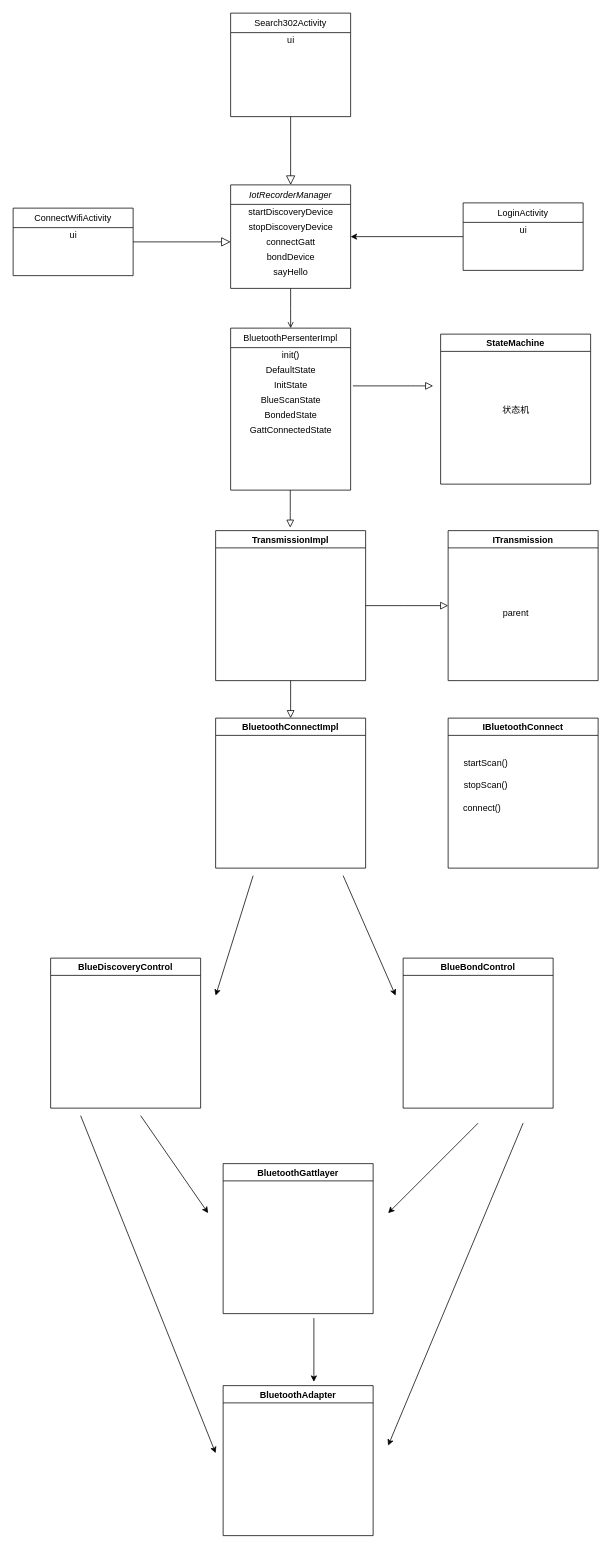
Before: SR302101S类图.drawio in luomingstar/test, a draw.io diagram. Source tidied: cells renumbered, new cells numbered last; positions are measured from the earlier drawing's top-left corner, leaving out a move shared by most shapes. Both pictures are drawn from the tidied source at 75%, with x=0, y=0 at pixel (13, 13).
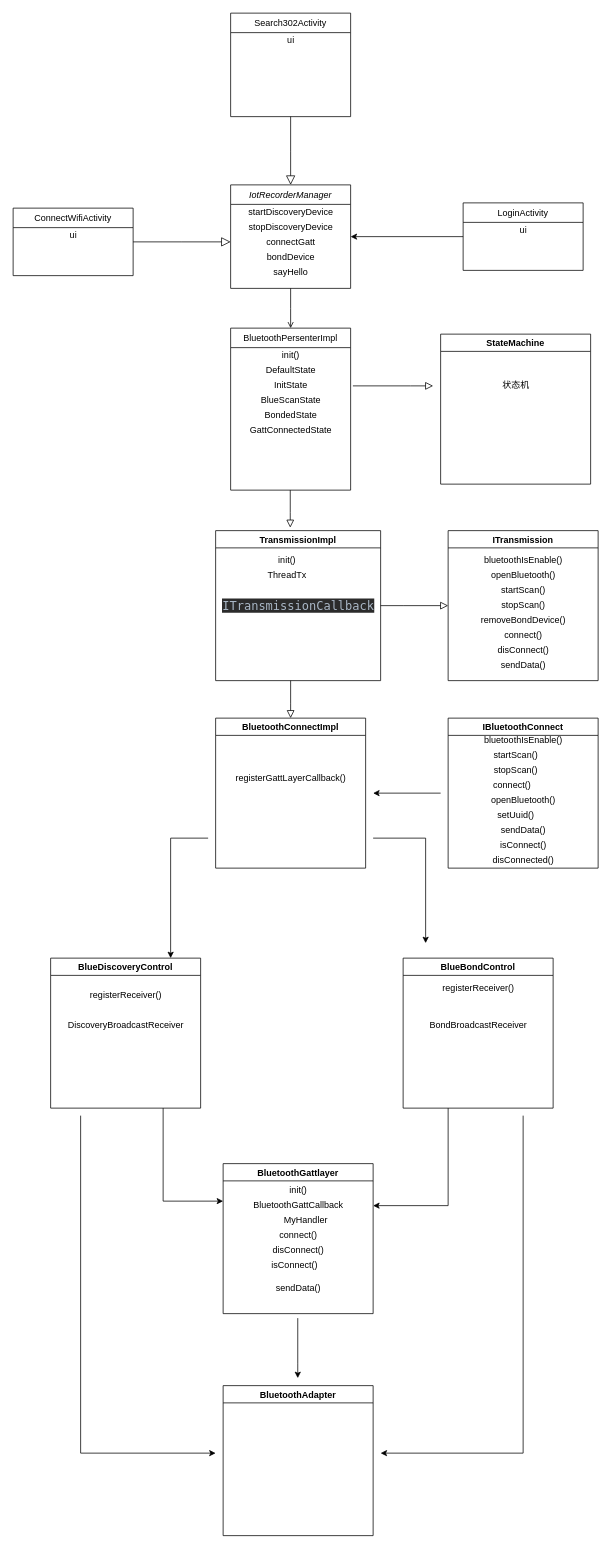
The same page after the edit.

Unchanged cells that the change refers to:
```xml
<mxCell id="25" value="StateMachine" style="swimlane;" parent="1" vertex="1">
  <mxGeometry x="570" y="428" width="200" height="200" as="geometry" />
</mxCell>
<mxCell id="31" value="BluetoothConnectImpl" style="swimlane;" parent="1" vertex="1">
  <mxGeometry x="270" y="940" width="200" height="200" as="geometry" />
</mxCell>
<mxCell id="32" value="IBluetoothConnect" style="swimlane;startSize=23;" parent="1" vertex="1">
  <mxGeometry x="580" y="940" width="200" height="200" as="geometry" />
</mxCell>
<mxCell id="35" value="BlueDiscoveryControl" style="swimlane;startSize=23;" parent="1" vertex="1">
  <mxGeometry x="50" y="1260" width="200" height="200" as="geometry" />
</mxCell>
<mxCell id="36" value="BlueBondControl" style="swimlane;" parent="1" vertex="1">
  <mxGeometry x="520" y="1260" width="200" height="200" as="geometry" />
</mxCell>
<mxCell id="37" value="BluetoothGattlayer" style="swimlane;" parent="1" vertex="1">
  <mxGeometry x="280" y="1534" width="200" height="200" as="geometry" />
</mxCell>
<mxCell id="38" value="BluetoothAdapter" style="swimlane;" parent="1" vertex="1">
  <mxGeometry x="280" y="1830" width="200" height="200" as="geometry" />
</mxCell>
```

Change to the diagram source:
```diff
@@
+    <mxCell id="49" value="状态机" style="text;html=1;align=center;verticalAlign=middle;strokeColor=none;fillColor=none;fontSize=12;fontFamily=Helvetica;fontColor=#000000;" parent="25" vertex="1">
+      <mxGeometry x="75" y="58" width="50" height="20" as="geometry" />
+    </mxCell>
@@
     <mxCell id="27" value="TransmissionImpl" style="swimlane;" parent="1" vertex="1">
-      <mxGeometry x="270" y="690" width="200" height="200" as="geometry" />
+      <mxGeometry x="270" y="690" width="220" height="200" as="geometry" />
     </mxCell>
+    <mxCell id="50" value="init()" style="text;html=1;align=center;verticalAlign=middle;strokeColor=none;fillColor=none;fontSize=12;fontFamily=Helvetica;fontColor=#000000;" parent="27" vertex="1">
+      <mxGeometry x="75" y="30" width="40" height="20" as="geometry" />
+    </mxCell>
+    <mxCell id="51" value="ThreadTx" style="text;html=1;align=center;verticalAlign=middle;strokeColor=none;fillColor=none;fontSize=12;fontFamily=Helvetica;fontColor=#000000;" parent="27" vertex="1">
+      <mxGeometry x="60" y="50" width="70" height="20" as="geometry" />
+    </mxCell>
+    <mxCell id="52" value="&lt;pre style=&quot;background-color: #2b2b2b ; color: #a9b7c6 ; font-family: &amp;#34;dejavu sans mono&amp;#34; , monospace ; font-size: 12.0pt&quot;&gt;ITransmissionCallback&lt;/pre&gt;" style="text;html=1;align=center;verticalAlign=middle;strokeColor=none;fillColor=none;fontSize=12;fontFamily=Helvetica;fontColor=#000000;" parent="27" vertex="1">
+      <mxGeometry y="75" width="220" height="50" as="geometry" />
+    </mxCell>
@@
-    <mxCell id="29" value="ITransmission" style="swimlane;" parent="1" vertex="1">
+    <mxCell id="29" value="ITransmission" style="swimlane;align=center;" parent="1" vertex="1">
       <mxGeometry x="580" y="690" width="200" height="200" as="geometry" />
     </mxCell>
+    <mxCell id="53" value="bluetoothIsEnable()" style="text;html=1;align=center;verticalAlign=middle;strokeColor=none;fillColor=none;fontSize=12;fontFamily=Helvetica;fontColor=#000000;" parent="29" vertex="1">
+      <mxGeometry x="35" y="30" width="130" height="20" as="geometry" />
+    </mxCell>
+    <mxCell id="54" value="openBluetooth()" style="text;html=1;align=center;verticalAlign=middle;strokeColor=none;fillColor=none;fontSize=12;fontFamily=Helvetica;fontColor=#000000;" parent="29" vertex="1">
+      <mxGeometry x="45" y="50" width="110" height="20" as="geometry" />
+    </mxCell>
+    <mxCell id="55" value="startScan()" style="text;html=1;align=center;verticalAlign=middle;strokeColor=none;fillColor=none;fontSize=12;fontFamily=Helvetica;fontColor=#000000;" parent="29" vertex="1">
+      <mxGeometry x="60" y="70" width="80" height="20" as="geometry" />
+    </mxCell>
+    <mxCell id="56" value="stopScan()" style="text;html=1;align=center;verticalAlign=middle;strokeColor=none;fillColor=none;fontSize=12;fontFamily=Helvetica;fontColor=#000000;" parent="29" vertex="1">
+      <mxGeometry x="60" y="90" width="80" height="20" as="geometry" />
+    </mxCell>
+    <mxCell id="57" value="removeBondDevice()" style="text;html=1;align=center;verticalAlign=middle;strokeColor=none;fillColor=none;fontSize=12;fontFamily=Helvetica;fontColor=#000000;" parent="29" vertex="1">
+      <mxGeometry x="35" y="110" width="130" height="20" as="geometry" />
+    </mxCell>
+    <mxCell id="58" value="connect()" style="text;html=1;align=center;verticalAlign=middle;strokeColor=none;fillColor=none;fontSize=12;fontFamily=Helvetica;fontColor=#000000;" parent="29" vertex="1">
+      <mxGeometry x="65" y="130" width="70" height="20" as="geometry" />
+    </mxCell>
+    <mxCell id="59" value="disConnect()" style="text;html=1;align=center;verticalAlign=middle;strokeColor=none;fillColor=none;fontSize=12;fontFamily=Helvetica;fontColor=#000000;" parent="29" vertex="1">
+      <mxGeometry x="55" y="150" width="90" height="20" as="geometry" />
+    </mxCell>
+    <mxCell id="60" value="sendData()" style="text;html=1;align=center;verticalAlign=middle;strokeColor=none;fillColor=none;fontSize=12;fontFamily=Helvetica;fontColor=#000000;" parent="29" vertex="1">
+      <mxGeometry x="60" y="170" width="80" height="20" as="geometry" />
+    </mxCell>
@@
+    <mxCell id="61" value="registerGattLayerCallback()" style="text;html=1;align=center;verticalAlign=middle;strokeColor=none;fillColor=none;fontSize=12;fontFamily=Helvetica;fontColor=#000000;" parent="31" vertex="1">
+      <mxGeometry x="15" y="70" width="170" height="20" as="geometry" />
+    </mxCell>
@@
     <mxCell id="33" value="connect()" style="text;html=1;align=center;verticalAlign=middle;strokeColor=none;fillColor=none;" parent="32" vertex="1">
-      <mxGeometry x="10" y="110" width="70" height="20" as="geometry" />
+      <mxGeometry x="50" y="80" width="70" height="20" as="geometry" />
     </mxCell>
     <mxCell id="34" value="startScan()" style="text;html=1;align=center;verticalAlign=middle;strokeColor=none;fillColor=none;" parent="32" vertex="1">
-      <mxGeometry x="10" y="50" width="80" height="20" as="geometry" />
+      <mxGeometry x="50" y="40" width="80" height="20" as="geometry" />
     </mxCell>
+    <mxCell id="62" value="bluetoothIsEnable()" style="text;html=1;align=center;verticalAlign=middle;strokeColor=none;fillColor=none;fontSize=12;fontFamily=Helvetica;fontColor=#000000;" parent="32" vertex="1">
+      <mxGeometry x="35" y="20" width="130" height="20" as="geometry" />
+    </mxCell>
+    <mxCell id="47" value="stopScan()" style="text;html=1;align=center;verticalAlign=middle;strokeColor=none;fillColor=none;" parent="32" vertex="1">
+      <mxGeometry x="50" y="60" width="80" height="20" as="geometry" />
+    </mxCell>
+    <mxCell id="63" value="openBluetooth()" style="text;html=1;align=center;verticalAlign=middle;strokeColor=none;fillColor=none;fontSize=12;fontFamily=Helvetica;fontColor=#000000;" parent="32" vertex="1">
+      <mxGeometry x="45" y="100" width="110" height="20" as="geometry" />
+    </mxCell>
+    <mxCell id="64" value="setUuid()" style="text;html=1;align=center;verticalAlign=middle;strokeColor=none;fillColor=none;fontSize=12;fontFamily=Helvetica;fontColor=#000000;" parent="32" vertex="1">
+      <mxGeometry x="55" y="120" width="70" height="20" as="geometry" />
+    </mxCell>
+    <mxCell id="65" value="sendData()" style="text;html=1;align=center;verticalAlign=middle;strokeColor=none;fillColor=none;fontSize=12;fontFamily=Helvetica;fontColor=#000000;" parent="32" vertex="1">
+      <mxGeometry x="60" y="140" width="80" height="20" as="geometry" />
+    </mxCell>
+    <mxCell id="66" value="isConnect()" style="text;html=1;align=center;verticalAlign=middle;strokeColor=none;fillColor=none;fontSize=12;fontFamily=Helvetica;fontColor=#000000;" parent="32" vertex="1">
+      <mxGeometry x="60" y="160" width="80" height="20" as="geometry" />
+    </mxCell>
+    <mxCell id="67" value="disConnected()" style="text;html=1;align=center;verticalAlign=middle;strokeColor=none;fillColor=none;fontSize=12;fontFamily=Helvetica;fontColor=#000000;" parent="32" vertex="1">
+      <mxGeometry x="50" y="180" width="100" height="20" as="geometry" />
+    </mxCell>
@@
+    <mxCell id="68" value="registerReceiver()" style="text;html=1;align=center;verticalAlign=middle;strokeColor=none;fillColor=none;fontSize=12;fontFamily=Helvetica;fontColor=#000000;" parent="35" vertex="1">
+      <mxGeometry x="45" y="40" width="110" height="20" as="geometry" />
+    </mxCell>
+    <mxCell id="69" value="DiscoveryBroadcastReceiver" style="text;html=1;align=center;verticalAlign=middle;strokeColor=none;fillColor=none;fontSize=12;fontFamily=Helvetica;fontColor=#000000;" parent="35" vertex="1">
+      <mxGeometry x="15" y="80" width="170" height="20" as="geometry" />
+    </mxCell>
@@
+    <mxCell id="70" value="registerReceiver()" style="text;html=1;align=center;verticalAlign=middle;strokeColor=none;fillColor=none;fontSize=12;fontFamily=Helvetica;fontColor=#000000;" parent="36" vertex="1">
+      <mxGeometry x="45" y="30" width="110" height="20" as="geometry" />
+    </mxCell>
+    <mxCell id="71" value="BondBroadcastReceiver" style="text;html=1;align=center;verticalAlign=middle;strokeColor=none;fillColor=none;fontSize=12;fontFamily=Helvetica;fontColor=#000000;" parent="36" vertex="1">
+      <mxGeometry x="25" y="80" width="150" height="20" as="geometry" />
+    </mxCell>
@@
+    <mxCell id="72" value="init()" style="text;html=1;align=center;verticalAlign=middle;strokeColor=none;fillColor=none;fontSize=12;fontFamily=Helvetica;fontColor=#000000;" parent="37" vertex="1">
+      <mxGeometry x="80" y="26" width="40" height="20" as="geometry" />
+    </mxCell>
+    <mxCell id="73" value="BluetoothGattCallback" style="text;html=1;align=center;verticalAlign=middle;strokeColor=none;fillColor=none;fontSize=12;fontFamily=Helvetica;fontColor=#000000;" parent="37" vertex="1">
+      <mxGeometry x="30" y="46" width="140" height="20" as="geometry" />
+    </mxCell>
+    <mxCell id="74" value="MyHandler" style="text;html=1;align=center;verticalAlign=middle;strokeColor=none;fillColor=none;fontSize=12;fontFamily=Helvetica;fontColor=#000000;" parent="37" vertex="1">
+      <mxGeometry x="70" y="66" width="80" height="20" as="geometry" />
+    </mxCell>
+    <mxCell id="75" value="connect()" style="text;html=1;align=center;verticalAlign=middle;strokeColor=none;fillColor=none;fontSize=12;fontFamily=Helvetica;fontColor=#000000;" parent="37" vertex="1">
+      <mxGeometry x="65" y="86" width="70" height="20" as="geometry" />
+    </mxCell>
+    <mxCell id="76" value="disConnect()" style="text;html=1;align=center;verticalAlign=middle;strokeColor=none;fillColor=none;fontSize=12;fontFamily=Helvetica;fontColor=#000000;" parent="37" vertex="1">
+      <mxGeometry x="55" y="106" width="90" height="20" as="geometry" />
+    </mxCell>
+    <mxCell id="77" value="isConnect()" style="text;html=1;align=center;verticalAlign=middle;strokeColor=none;fillColor=none;fontSize=12;fontFamily=Helvetica;fontColor=#000000;" parent="37" vertex="1">
+      <mxGeometry x="55" y="126" width="80" height="20" as="geometry" />
+    </mxCell>
+    <mxCell id="78" value="sendData()" style="text;html=1;align=center;verticalAlign=middle;strokeColor=none;fillColor=none;fontSize=12;fontFamily=Helvetica;fontColor=#000000;" parent="37" vertex="1">
+      <mxGeometry x="60" y="156" width="80" height="20" as="geometry" />
+    </mxCell>
@@
     <mxCell id="39" style="endArrow=classic;html=1;rounded=0;" parent="1" edge="1">
       <mxGeometry relative="1" as="geometry">
-        <mxPoint x="440" y="1150" as="sourcePoint" />
-        <mxPoint x="510" y="1310" as="targetPoint" />
+        <mxPoint x="480" y="1100" as="sourcePoint" />
+        <mxPoint x="550" y="1240" as="targetPoint" />
+        <Array as="points">
+          <mxPoint x="550" y="1100" />
+        </Array>
       </mxGeometry>
     </mxCell>
     <mxCell id="40" style="endArrow=classic;html=1;rounded=0;" parent="1" edge="1">
       <mxGeometry relative="1" as="geometry">
-        <mxPoint x="320" y="1150" as="sourcePoint" />
-        <mxPoint x="270" y="1310" as="targetPoint" />
+        <mxPoint x="260" y="1100" as="sourcePoint" />
+        <mxPoint x="210" y="1260" as="targetPoint" />
+        <Array as="points">
+          <mxPoint x="210" y="1100" />
+        </Array>
       </mxGeometry>
     </mxCell>
-    <mxCell id="41" style="endArrow=classic;html=1;rounded=0;" parent="1" edge="1">
+    <mxCell id="41" style="endArrow=classic;html=1;rounded=0;entryX=0;entryY=0.25;entryDx=0;entryDy=0;exitX=0.75;exitY=1;exitDx=0;exitDy=0;" parent="1" edge="1" source="35" target="37">
       <mxGeometry relative="1" as="geometry">
-        <mxPoint x="170" y="1470" as="sourcePoint" />
-        <mxPoint x="260" y="1600" as="targetPoint" />
+        <Array as="points">
+          <mxPoint x="200" y="1584" />
+        </Array>
       </mxGeometry>
     </mxCell>
     <mxCell id="42" style="endArrow=classic;html=1;rounded=0;" parent="1" edge="1">
       <mxGeometry relative="1" as="geometry">
-        <mxPoint x="620" y="1480" as="sourcePoint" />
-        <mxPoint x="500" y="1600" as="targetPoint" />
+        <mxPoint x="580" y="1460" as="sourcePoint" />
+        <mxPoint x="480" y="1590" as="targetPoint" />
+        <Array as="points">
+          <mxPoint x="580" y="1590" />
+        </Array>
       </mxGeometry>
     </mxCell>
     <mxCell id="43" style="endArrow=classic;html=1;rounded=0;" parent="1" edge="1">
       <mxGeometry relative="1" as="geometry">
         <mxPoint x="90" y="1470" as="sourcePoint" />
         <mxPoint x="270" y="1920" as="targetPoint" />
+        <Array as="points">
+          <mxPoint x="90" y="1920" />
+        </Array>
       </mxGeometry>
     </mxCell>
     <mxCell id="44" style="endArrow=classic;html=1;rounded=0;" parent="1" edge="1">
       <mxGeometry relative="1" as="geometry">
-        <mxPoint x="680" y="1480" as="sourcePoint" />
-        <mxPoint x="500" y="1910" as="targetPoint" />
+        <mxPoint x="680" y="1470" as="sourcePoint" />
+        <mxPoint x="490" y="1920" as="targetPoint" />
+        <Array as="points">
+          <mxPoint x="680" y="1920" />
+        </Array>
       </mxGeometry>
     </mxCell>
-    <mxCell id="45" style="endArrow=classic;html=1;rounded=0;entryX=0.605;entryY=-0.025;entryDx=0;entryDy=0;entryPerimeter=0;" parent="1" edge="1" target="38">
+    <mxCell id="45" style="endArrow=classic;html=1;rounded=0;" parent="1" edge="1">
       <mxGeometry relative="1" as="geometry">
-        <mxPoint x="401" y="1740" as="sourcePoint" />
+        <mxPoint x="379.5" y="1740" as="sourcePoint" />
+        <mxPoint x="379.5" y="1820" as="targetPoint" />
+        <Array as="points">
+          <mxPoint x="379.5" y="1800" />
+        </Array>
       </mxGeometry>
     </mxCell>
@@
-    <mxCell id="47" value="stopScan()" style="text;html=1;align=center;verticalAlign=middle;strokeColor=none;fillColor=none;" parent="1" vertex="1">
-      <mxGeometry x="590" y="1020" width="80" height="20" as="geometry" />
-    </mxCell>
-    <mxCell id="48" value="parent" style="text;html=1;align=center;verticalAlign=middle;strokeColor=none;fillColor=none;" parent="1" vertex="1">
-      <mxGeometry x="645" y="790" width="50" height="20" as="geometry" />
-    </mxCell>
-    <mxCell id="49" value="状态机" style="text;html=1;align=center;verticalAlign=middle;strokeColor=none;fillColor=none;fontSize=12;fontFamily=Helvetica;fontColor=#000000;" parent="1" vertex="1">
-      <mxGeometry x="645" y="520" width="50" height="20" as="geometry" />
-    </mxCell>
+    <mxCell id="79" style="endArrow=classic;html=1;rounded=0;fontFamily=Helvetica;fontSize=12;fontColor=#000000;" parent="1" edge="1">
+      <mxGeometry relative="1" as="geometry">
+        <mxPoint x="570" y="1040" as="sourcePoint" />
+        <mxPoint x="480" y="1040" as="targetPoint" />
+      </mxGeometry>
+    </mxCell>
```
